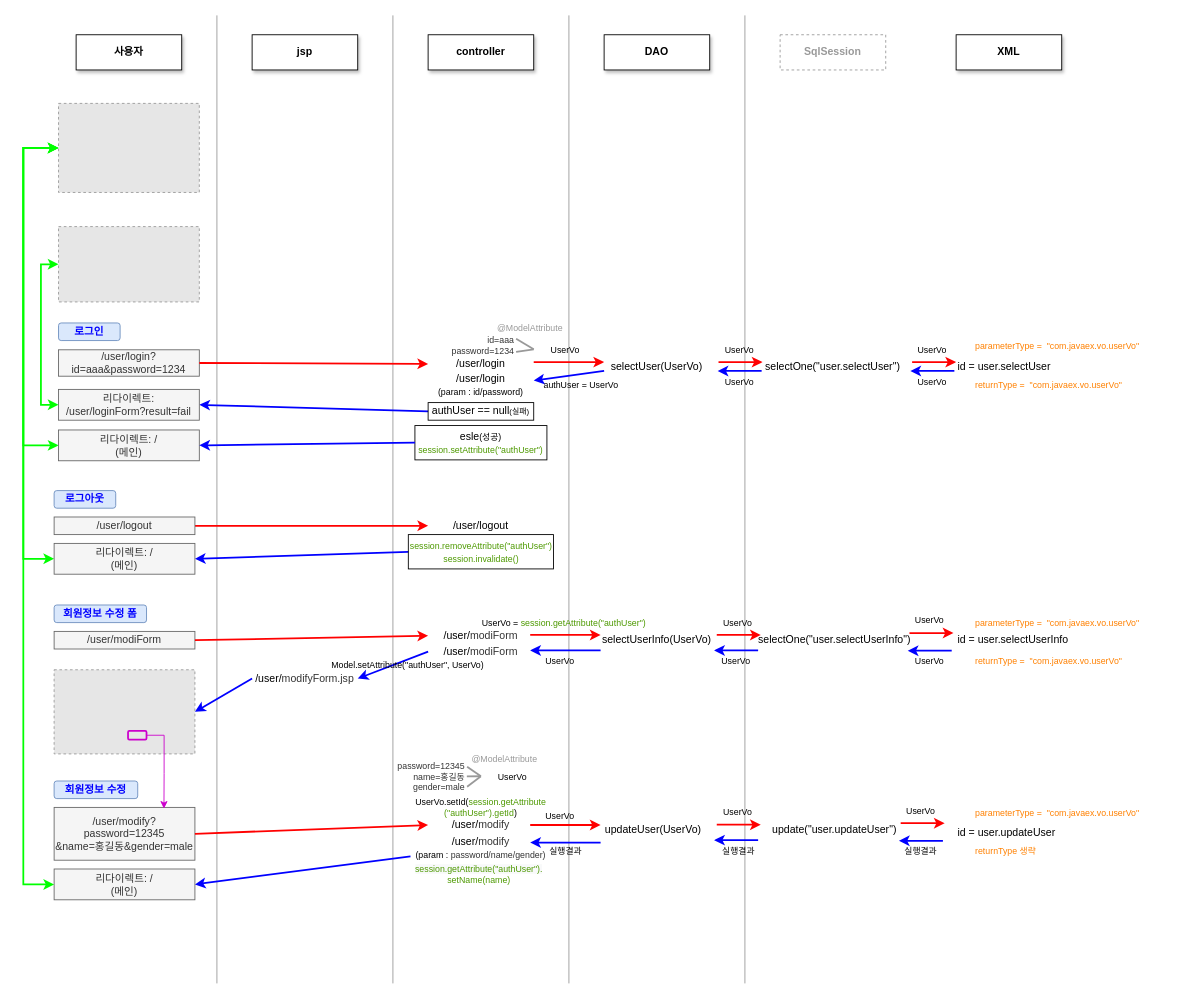
jeter5274/mysite5 keeps this draw.io diagram as 시퀀스다이어그램(약식).drawio. Above is the earlier version. Source tidied: cells renumbered, new cells numbered last; positions are measured from the earlier drawing's top-left corner, leaving out a move shared by most shapes. Both pictures are drawn from the tidied source at 88%, with x=0, y=0 at pixel (23, 15). Pictures stored in the file or linked from it are replaced by grey dashed boxes.
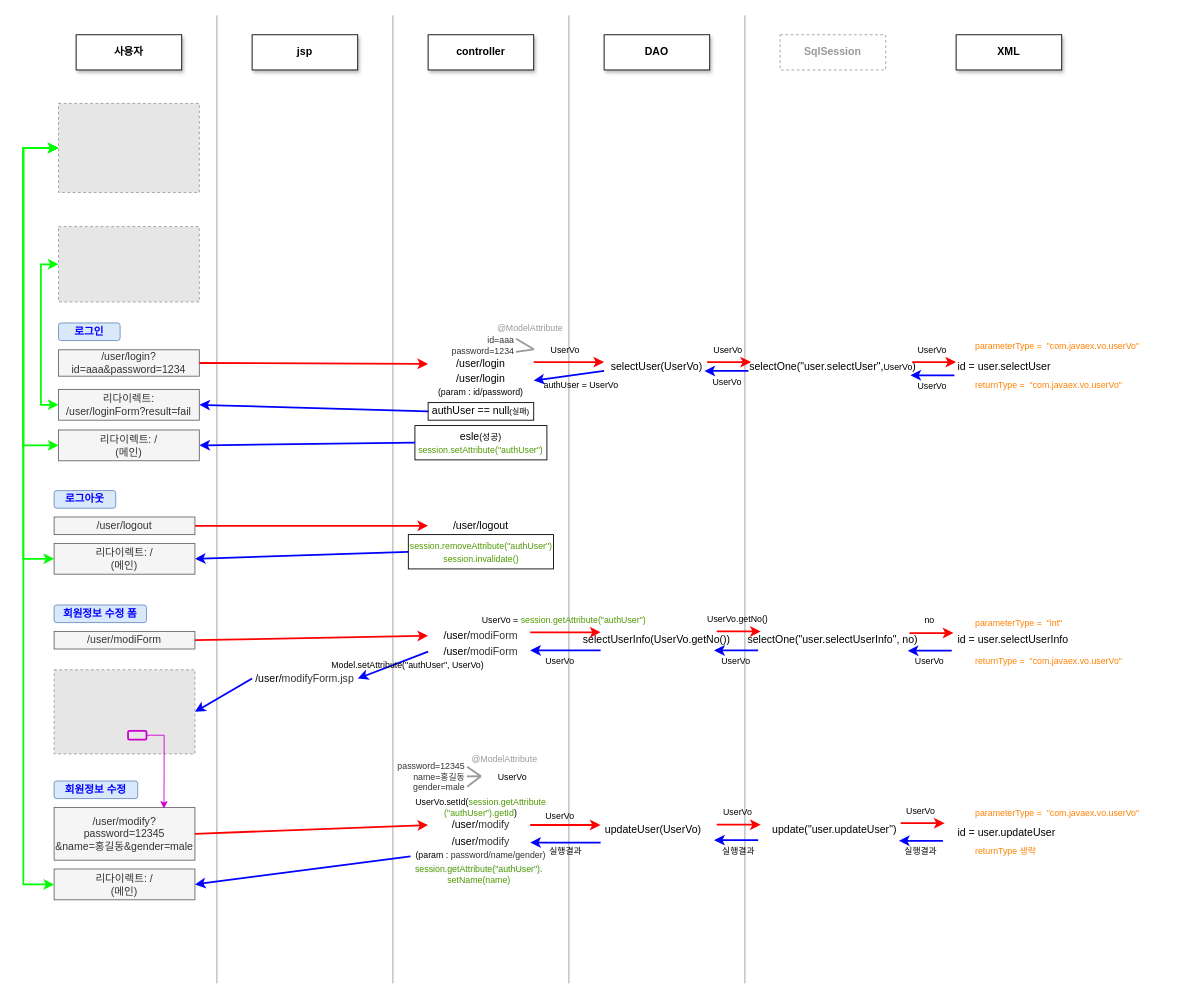
The same diagram, later.

Change to the diagram source:
```diff
@@
-    <mxCell id="23" value="selectOne(&quot;user.selectUser&quot;)" style="text;html=1;strokeColor=none;fillColor=none;align=center;verticalAlign=middle;whiteSpace=wrap;rounded=0;shadow=0;glass=0;sketch=0;fontColor=#000000;" parent="1" vertex="1">
+    <mxCell id="23" value="selectOne(&quot;user.selectUser&quot;,&lt;span style=&quot;font-size: 10px&quot;&gt;UserVo&lt;/span&gt;)" style="text;html=1;strokeColor=none;fillColor=none;align=center;verticalAlign=middle;whiteSpace=wrap;rounded=0;shadow=0;glass=0;sketch=0;fontColor=#000000;" parent="1" vertex="1">
       <mxGeometry x="860" y="390" width="120" height="20" as="geometry" />
     </mxCell>
@@
     <mxCell id="25" value="&lt;span style=&quot;font-size: 10px&quot;&gt;UserVo&lt;/span&gt;" style="text;html=1;strokeColor=none;fillColor=none;align=center;verticalAlign=middle;whiteSpace=wrap;rounded=0;shadow=0;glass=0;sketch=0;fontColor=#000000;" parent="1" vertex="1">
-      <mxGeometry x="973" y="406" width="120" height="20" as="geometry" />
+      <mxGeometry x="973" y="411" width="120" height="20" as="geometry" />
     </mxCell>
@@
     <mxCell id="27" style="endArrow=classic;html=1;fontColor=#000000;exitX=1;exitY=0.5;exitDx=0;exitDy=0;strokeWidth=2;strokeColor=#FF0000;" parent="1" edge="1">
       <mxGeometry relative="1" as="geometry">
-        <mxPoint x="790" y="394" as="sourcePoint" />
-        <mxPoint x="840" y="394" as="targetPoint" />
+        <mxPoint x="777" y="394" as="sourcePoint" />
+        <mxPoint x="827" y="394" as="targetPoint" />
       </mxGeometry>
     </mxCell>
@@
     <mxCell id="29" style="endArrow=classic;html=1;fontColor=#000000;entryX=0;entryY=0.5;entryDx=0;entryDy=0;strokeWidth=2;strokeColor=#0000FF;" parent="1" edge="1">
       <mxGeometry relative="1" as="geometry">
-        <mxPoint x="1058" y="404" as="sourcePoint" />
-        <mxPoint x="1008" y="404" as="targetPoint" />
+        <mxPoint x="1058" y="409" as="sourcePoint" />
+        <mxPoint x="1008" y="409" as="targetPoint" />
       </mxGeometry>
     </mxCell>
     <mxCell id="30" value="&lt;span style=&quot;font-size: 10px&quot;&gt;UserVo&lt;/span&gt;" style="text;html=1;strokeColor=none;fillColor=none;align=center;verticalAlign=middle;whiteSpace=wrap;rounded=0;shadow=0;glass=0;sketch=0;fontColor=#000000;" parent="1" vertex="1">
-      <mxGeometry x="754" y="406" width="120" height="20" as="geometry" />
+      <mxGeometry x="740" y="406" width="120" height="20" as="geometry" />
     </mxCell>
     <mxCell id="31" style="endArrow=classic;html=1;fontColor=#000000;entryX=0;entryY=0.5;entryDx=0;entryDy=0;strokeWidth=2;strokeColor=#0000FF;" parent="1" edge="1">
       <mxGeometry relative="1" as="geometry">
-        <mxPoint x="839" y="404" as="sourcePoint" />
-        <mxPoint x="789" y="404" as="targetPoint" />
+        <mxPoint x="824" y="404" as="sourcePoint" />
+        <mxPoint x="774" y="404" as="targetPoint" />
       </mxGeometry>
     </mxCell>
@@
     <mxCell id="39" value="UserVo" style="text;html=1;strokeColor=none;fillColor=none;align=center;verticalAlign=middle;whiteSpace=wrap;rounded=0;shadow=0;glass=0;sketch=0;fontColor=#000000;fontSize=10;" parent="1" vertex="1">
-      <mxGeometry x="778" y="369.5" width="72" height="20" as="geometry" />
+      <mxGeometry x="765" y="369.5" width="72" height="20" as="geometry" />
     </mxCell>
@@
-    <mxCell id="59" value="&lt;font style=&quot;font-size: 12px&quot;&gt;selectUserInfo(UserVo)&lt;/font&gt;" style="text;html=1;strokeColor=none;fillColor=none;align=center;verticalAlign=middle;whiteSpace=wrap;rounded=0;shadow=0;glass=0;sketch=0;fontColor=#000000;" parent="1" vertex="1">
+    <mxCell id="59" value="&lt;font style=&quot;font-size: 12px&quot;&gt;selectUserInfo(UserVo.getNo())&lt;/font&gt;" style="text;html=1;strokeColor=none;fillColor=none;align=center;verticalAlign=middle;whiteSpace=wrap;rounded=0;shadow=0;glass=0;sketch=0;fontColor=#000000;" parent="1" vertex="1">
       <mxGeometry x="660" y="700" width="120" height="20" as="geometry" />
     </mxCell>
     <mxCell id="60" style="endArrow=classic;html=1;fontColor=#000000;exitX=1;exitY=0.5;exitDx=0;exitDy=0;entryX=0;entryY=0.5;entryDx=0;entryDy=0;strokeWidth=2;strokeColor=#FF0000;" parent="1" edge="1">
       <mxGeometry relative="1" as="geometry">
-        <mxPoint x="576" y="704" as="sourcePoint" />
-        <mxPoint x="656" y="704" as="targetPoint" />
+        <mxPoint x="576" y="701" as="sourcePoint" />
+        <mxPoint x="656" y="701" as="targetPoint" />
       </mxGeometry>
     </mxCell>
     <mxCell id="61" value="UserVo = &lt;font color=&quot;#4d9900&quot;&gt;session.getAttribute(&quot;authUser&quot;)&lt;/font&gt;&lt;font color=&quot;#336600&quot;&gt;&amp;nbsp;&lt;/font&gt;" style="text;html=1;strokeColor=none;fillColor=none;align=center;verticalAlign=middle;whiteSpace=wrap;rounded=0;shadow=0;glass=0;sketch=0;fontColor=#000000;fontSize=10;" parent="1" vertex="1">
-      <mxGeometry x="511" y="680" width="210" height="20" as="geometry" />
+      <mxGeometry x="511" y="677" width="210" height="20" as="geometry" />
     </mxCell>
-    <mxCell id="62" value="selectOne(&quot;user.selectUserInfo&quot;)" style="text;html=1;strokeColor=none;fillColor=none;align=center;verticalAlign=middle;whiteSpace=wrap;rounded=0;shadow=0;glass=0;sketch=0;fontColor=#000000;" parent="1" vertex="1">
-      <mxGeometry x="862" y="700" width="120" height="20" as="geometry" />
+    <mxCell id="62" value="selectOne(&quot;user.selectUserInfo&quot;, no)" style="text;html=1;strokeColor=none;fillColor=none;align=center;verticalAlign=middle;whiteSpace=wrap;rounded=0;shadow=0;glass=0;sketch=0;fontColor=#000000;" parent="1" vertex="1">
+      <mxGeometry x="786" y="700" width="268" height="20" as="geometry" />
     </mxCell>
     <mxCell id="63" style="endArrow=classic;html=1;fontColor=#000000;exitX=1;exitY=0.5;exitDx=0;exitDy=0;strokeWidth=2;strokeColor=#FF0000;" parent="1" edge="1">
       <mxGeometry relative="1" as="geometry">
-        <mxPoint x="788" y="704" as="sourcePoint" />
-        <mxPoint x="838" y="704" as="targetPoint" />
+        <mxPoint x="788" y="700" as="sourcePoint" />
+        <mxPoint x="838" y="700" as="targetPoint" />
       </mxGeometry>
     </mxCell>
-    <mxCell id="64" value="UserVo" style="text;html=1;strokeColor=none;fillColor=none;align=center;verticalAlign=middle;whiteSpace=wrap;rounded=0;shadow=0;glass=0;sketch=0;fontColor=#000000;fontSize=10;" parent="1" vertex="1">
-      <mxGeometry x="776" y="679.5" width="72" height="20" as="geometry" />
+    <mxCell id="64" value="UserVo.getNo()" style="text;html=1;strokeColor=none;fillColor=none;align=center;verticalAlign=middle;whiteSpace=wrap;rounded=0;shadow=0;glass=0;sketch=0;fontColor=#000000;fontSize=10;" parent="1" vertex="1">
+      <mxGeometry x="776" y="675.5" width="72" height="20" as="geometry" />
     </mxCell>
@@
-    <mxCell id="69" value="UserVo" style="text;html=1;strokeColor=none;fillColor=none;align=center;verticalAlign=middle;whiteSpace=wrap;rounded=0;shadow=0;glass=0;sketch=0;fontColor=#000000;fontSize=10;" parent="1" vertex="1">
+    <mxCell id="69" value="no" style="text;html=1;strokeColor=none;fillColor=none;align=center;verticalAlign=middle;whiteSpace=wrap;rounded=0;shadow=0;glass=0;sketch=0;fontColor=#000000;fontSize=10;" parent="1" vertex="1">
       <mxGeometry x="994" y="677.4" width="72" height="20" as="geometry" />
     </mxCell>
-    <mxCell id="70" value="parameterType =&amp;nbsp; &quot;com.javaex.vo.userVo&quot;" style="text;html=1;strokeColor=none;fillColor=none;align=left;verticalAlign=middle;whiteSpace=wrap;rounded=0;shadow=0;glass=0;sketch=0;fontSize=10;fontColor=#FF8000;" parent="1" vertex="1">
+    <mxCell id="70" value="parameterType =&amp;nbsp; &quot;int&quot;" style="text;html=1;strokeColor=none;fillColor=none;align=left;verticalAlign=middle;whiteSpace=wrap;rounded=0;shadow=0;glass=0;sketch=0;fontSize=10;fontColor=#FF8000;" parent="1" vertex="1">
       <mxGeometry x="1080" y="680" width="240" height="20" as="geometry" />
     </mxCell>
```
